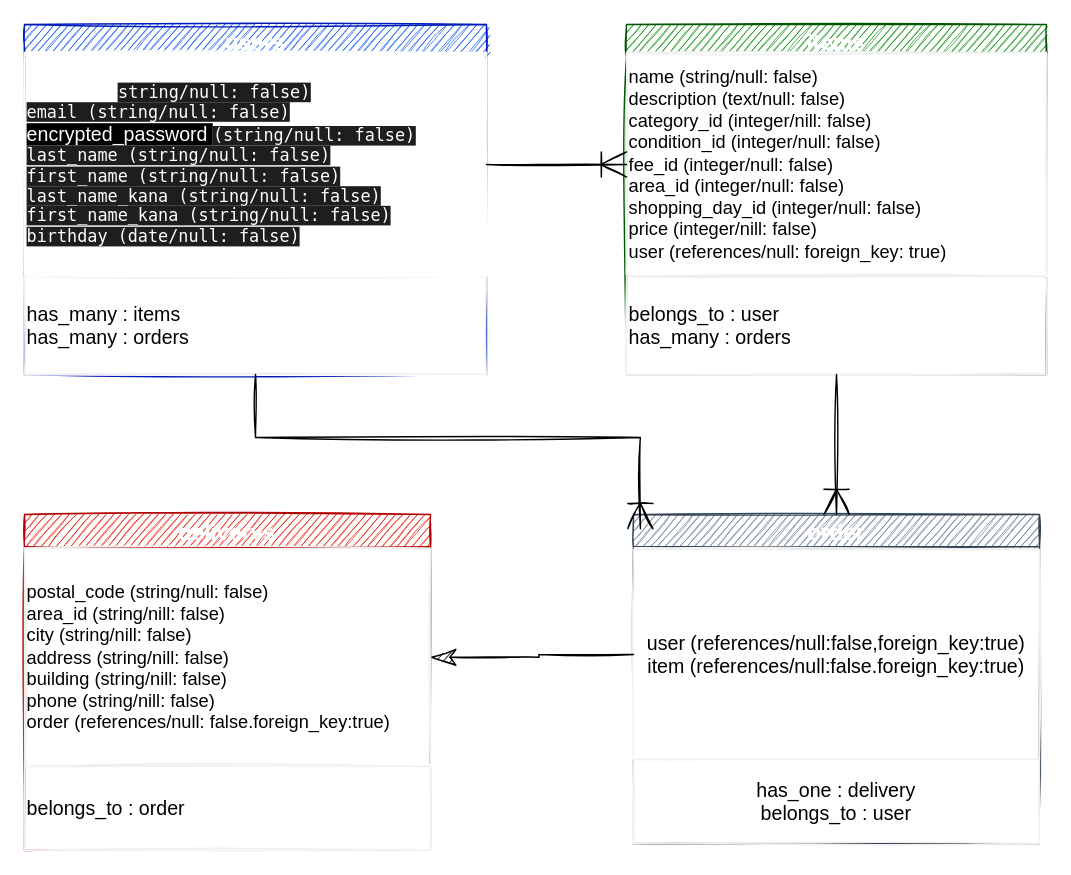
Above: furima.dio in hideaking2021/furima-36772 (draw.io), before the change. Source tidied: cells renumbered, new cells numbered last; positions are measured from the earlier drawing's top-left corner, leaving out a move shared by most shapes. Both pictures are drawn from the tidied source at 140%, with x=0, y=0 at pixel (24, 24).
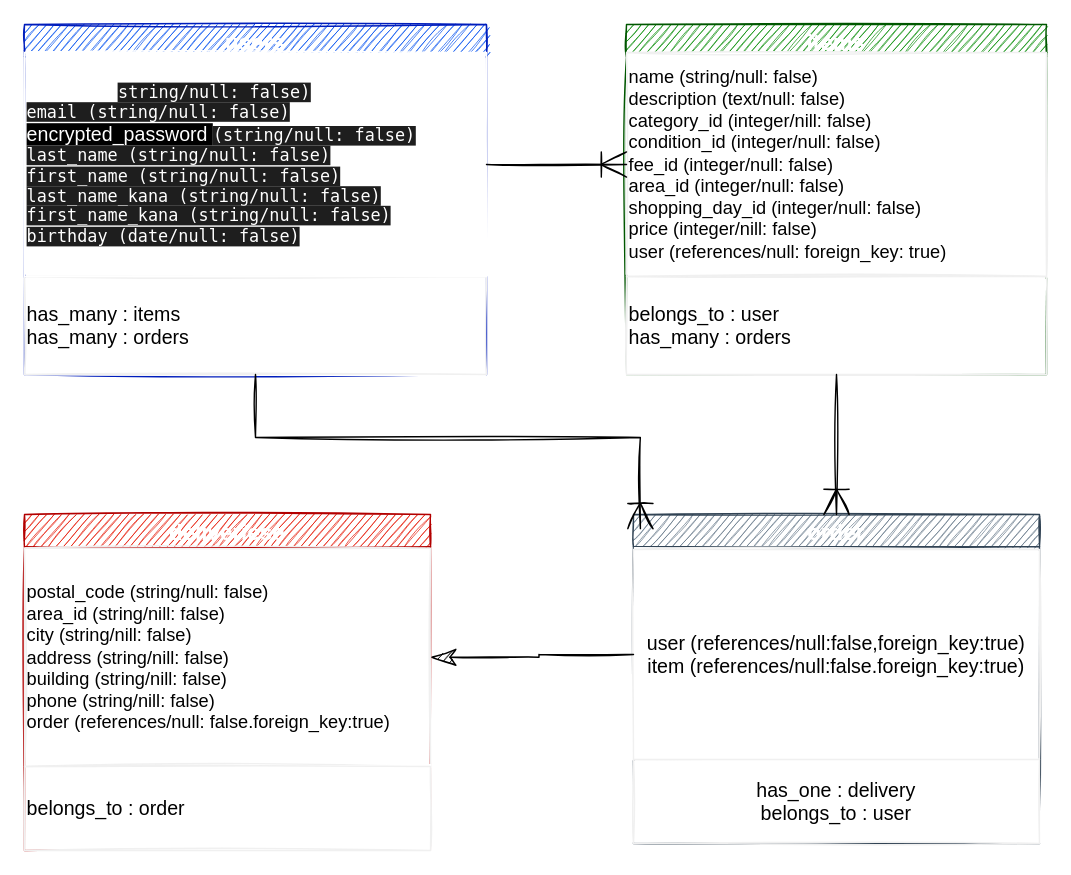
After the change.

Commit message (it also covers changes not shown here):
データベース設計作成

Diff of the diagram source:
```diff
@@
 <mxGraphModel>
   <root>
     <mxCell id="0" />
     <mxCell id="1" parent="0" />
     <mxCell id="2" value="users" style="swimlane;sketch=1;verticalAlign=middle;fontStyle=1;fontSize=16;fillColor=#0050ef;strokeColor=#001DBC;fontColor=#ffffff;" parent="1" vertex="1">
       <mxGeometry width="330" height="250" as="geometry" />
     </mxCell>
     <mxCell id="3" value="&lt;font style=&quot;font-size: 14px;&quot;&gt;has_many : items&lt;br style=&quot;font-size: 14px;&quot;&gt;has_many : orders&lt;br style=&quot;font-size: 14px;&quot;&gt;&lt;/font&gt;" style="rounded=0;whiteSpace=wrap;html=1;sketch=1;fontSize=14;strokeColor=#F0F0F0;align=left;verticalAlign=middle;" parent="2" vertex="1">
       <mxGeometry y="180" width="330" height="70" as="geometry" />
     </mxCell>
     <mxCell id="4" value="&lt;font style=&quot;font-size: 12px&quot; color=&quot;#ffffff&quot;&gt;&lt;span style=&quot;font-size: 12px&quot;&gt;nickname&amp;nbsp; &amp;nbsp;(&lt;/span&gt;&lt;span style=&quot;font-size: 12px ; background-color: rgb(30 , 30 , 30) ; font-family: &amp;#34;menlo&amp;#34; , &amp;#34;monaco&amp;#34; , &amp;#34;courier new&amp;#34; , monospace&quot;&gt;string/null: false)&lt;br style=&quot;font-size: 12px&quot;&gt;&lt;/span&gt;&lt;span style=&quot;font-size: 12px ; font-family: &amp;#34;menlo&amp;#34; , &amp;#34;monaco&amp;#34; , &amp;#34;courier new&amp;#34; , monospace ; background-color: rgb(30 , 30 , 30)&quot;&gt;email (string/null: false&lt;/span&gt;&lt;span style=&quot;font-size: 12px ; font-family: &amp;#34;menlo&amp;#34; , &amp;#34;monaco&amp;#34; , &amp;#34;courier new&amp;#34; , monospace ; background-color: rgb(30 , 30 , 30)&quot;&gt;)&lt;/span&gt;&lt;span style=&quot;font-size: 12px ; font-family: &amp;#34;menlo&amp;#34; , &amp;#34;monaco&amp;#34; , &amp;#34;courier new&amp;#34; , monospace ; background-color: rgb(30 , 30 , 30)&quot;&gt;&lt;br style=&quot;font-size: 12px&quot;&gt;&lt;/span&gt;&lt;span style=&quot;font-size: 14px ; background-color: rgb(0 , 0 , 0)&quot;&gt;encrypted_password&amp;nbsp;&lt;/span&gt;&lt;/font&gt;&lt;span style=&quot;background-color: rgb(30 , 30 , 30) ; font-family: &amp;#34;menlo&amp;#34; , &amp;#34;monaco&amp;#34; , &amp;#34;courier new&amp;#34; , monospace ; color: rgb(255 , 255 , 255)&quot;&gt;(string/null: false)&lt;/span&gt;&lt;font style=&quot;font-size: 12px&quot; color=&quot;#ffffff&quot;&gt;&lt;span style=&quot;font-size: 14px ; background-color: rgb(0 , 0 , 0)&quot;&gt;&lt;br&gt;&lt;/span&gt;&lt;div style=&quot;font-size: 12px&quot;&gt;&lt;span style=&quot;font-family: &amp;#34;menlo&amp;#34; , &amp;#34;monaco&amp;#34; , &amp;#34;courier new&amp;#34; , monospace ; font-size: 12px&quot;&gt;&lt;span style=&quot;background-color: rgb(30 , 30 , 30) ; font-size: 12px&quot;&gt;last_name (string/null: false)&lt;/span&gt;&lt;/span&gt;&lt;/div&gt;&lt;div style=&quot;font-size: 12px&quot;&gt;&lt;span style=&quot;font-family: &amp;#34;menlo&amp;#34; , &amp;#34;monaco&amp;#34; , &amp;#34;courier new&amp;#34; , monospace ; font-size: 12px&quot;&gt;&lt;span style=&quot;background-color: rgb(30 , 30 , 30) ; font-size: 12px&quot;&gt;first_name (string/null: false)&lt;/span&gt;&lt;/span&gt;&lt;/div&gt;&lt;div style=&quot;font-size: 12px&quot;&gt;&lt;span style=&quot;font-family: &amp;#34;menlo&amp;#34; , &amp;#34;monaco&amp;#34; , &amp;#34;courier new&amp;#34; , monospace ; font-size: 12px&quot;&gt;&lt;span style=&quot;background-color: rgb(30 , 30 , 30) ; font-size: 12px&quot;&gt;last_name_kana (string/null: false)&lt;/span&gt;&lt;/span&gt;&lt;/div&gt;&lt;/font&gt;&lt;div style=&quot;font-size: 12px&quot;&gt;&lt;font face=&quot;menlo, monaco, courier new, monospace&quot; style=&quot;font-size: 12px&quot; color=&quot;#ffffff&quot;&gt;&lt;span style=&quot;font-size: 12px ; background-color: rgb(30 , 30 , 30)&quot;&gt;first_name_kana (string/null: false)&lt;/span&gt;&lt;/font&gt;&lt;/div&gt;&lt;div style=&quot;font-size: 12px&quot;&gt;&lt;font face=&quot;menlo, monaco, courier new, monospace&quot; style=&quot;font-size: 12px&quot; color=&quot;#ffffff&quot;&gt;&lt;span style=&quot;font-size: 12px ; background-color: rgb(30 , 30 , 30)&quot;&gt;birthday (date/null: false)&lt;/span&gt;&lt;/font&gt;&lt;/div&gt;" style="rounded=0;whiteSpace=wrap;html=1;sketch=1;fontSize=12;verticalAlign=middle;align=left;fontStyle=0;strokeColor=#FFFFFF;" parent="2" vertex="1">
       <mxGeometry y="20" width="330" height="160" as="geometry" />
     </mxCell>
     <mxCell id="5" value="items" style="swimlane;sketch=1;fontSize=16;strokeColor=#005700;align=center;verticalAlign=middle;fillColor=#008a00;fontColor=#ffffff;" parent="1" vertex="1">
       <mxGeometry x="430" width="300" height="250" as="geometry" />
     </mxCell>
     <mxCell id="6" value="name (string/null: false)&lt;br style=&quot;font-size: 13px&quot;&gt;description (text/null: false)&lt;br style=&quot;font-size: 13px&quot;&gt;category_id (integer/nill: false)&lt;br style=&quot;font-size: 13px&quot;&gt;condition_id (integer/null: false)&lt;br style=&quot;font-size: 13px&quot;&gt;fee_id (integer/null: false)&lt;br style=&quot;font-size: 13px&quot;&gt;area_id (integer/null: false)&lt;br style=&quot;font-size: 13px&quot;&gt;shopping_day_id (integer/null: false)&lt;br style=&quot;font-size: 13px&quot;&gt;price (integer/nill: false)&lt;br&gt;user (references/null: foreign_key: true)" style="rounded=0;whiteSpace=wrap;html=1;sketch=1;fontSize=13;strokeColor=#F0F0F0;align=left;verticalAlign=middle;" parent="5" vertex="1">
       <mxGeometry y="20" width="300" height="160" as="geometry" />
     </mxCell>
     <mxCell id="7" value="belongs_to : user&lt;br style=&quot;font-size: 14px;&quot;&gt;has_many : orders" style="rounded=0;whiteSpace=wrap;html=1;sketch=1;fontSize=14;strokeColor=#F0F0F0;align=left;verticalAlign=middle;" parent="5" vertex="1">
       <mxGeometry y="180" width="300" height="70" as="geometry" />
     </mxCell>
     <mxCell id="8" value="order" style="swimlane;sketch=1;fontSize=16;strokeColor=#314354;align=center;verticalAlign=middle;fillColor=#647687;fontColor=#ffffff;" parent="1" vertex="1">
       <mxGeometry x="435" y="350" width="290" height="235" as="geometry" />
     </mxCell>
     <mxCell id="9" value="user (references/null:false,foreign_key:true)&lt;br style=&quot;font-size: 14px;&quot;&gt;item (references/null:false.foreign_key:true)" style="whiteSpace=wrap;html=1;sketch=1;fontSize=14;strokeColor=#F0F0F0;align=center;verticalAlign=middle;" parent="8" vertex="1">
       <mxGeometry y="25" width="290" height="150" as="geometry" />
     </mxCell>
     <mxCell id="10" value="has_one : delivery&lt;br&gt;belongs_to : user" style="rounded=0;whiteSpace=wrap;html=1;sketch=1;fontSize=14;strokeColor=#F0F0F0;align=center;verticalAlign=middle;" parent="8" vertex="1">
       <mxGeometry y="175" width="290" height="60" as="geometry" />
     </mxCell>
     <mxCell id="11" style="edgeStyle=orthogonalEdgeStyle;rounded=0;sketch=1;jettySize=auto;html=1;fontSize=12;endArrow=ERoneToMany;endFill=0;endSize=16;" parent="1" edge="1" source="4" target="6">
       <mxGeometry relative="1" as="geometry" />
     </mxCell>
-    <mxCell id="12" value="deliverys" style="swimlane;sketch=1;fontSize=16;strokeColor=#B20000;align=center;verticalAlign=middle;fillColor=#e51400;fontColor=#ffffff;" parent="1" vertex="1">
+    <mxCell id="12" value="deliveriese" style="swimlane;sketch=1;fontSize=16;strokeColor=#B20000;align=center;verticalAlign=middle;fillColor=#e51400;fontColor=#ffffff;" parent="1" vertex="1">
       <mxGeometry y="350" width="290" height="240" as="geometry" />
     </mxCell>
     <mxCell id="13" value="postal_code (string/null: false)&lt;br style=&quot;font-size: 13px&quot;&gt;area_id (string/nill: false)&lt;br style=&quot;font-size: 13px&quot;&gt;city (string/nill: false)&lt;br style=&quot;font-size: 13px&quot;&gt;address (string/nill: false)&lt;br style=&quot;font-size: 13px&quot;&gt;building (string/nill: false)&lt;br style=&quot;font-size: 13px&quot;&gt;phone (string/nill: false)&lt;br&gt;order (references/null: false.foreign_key:true)" style="rounded=0;whiteSpace=wrap;html=1;sketch=1;fontSize=13;strokeColor=#F0F0F0;align=left;verticalAlign=middle;" parent="12" vertex="1">
       <mxGeometry y="24" width="290" height="156" as="geometry" />
     </mxCell>
     <mxCell id="14" value="belongs_to : order" style="rounded=0;whiteSpace=wrap;html=1;sketch=1;fontSize=14;strokeColor=#F0F0F0;align=left;verticalAlign=middle;" parent="12" vertex="1">
       <mxGeometry y="180" width="290" height="60" as="geometry" />
     </mxCell>
     <mxCell id="15" style="edgeStyle=orthogonalEdgeStyle;rounded=0;sketch=1;jettySize=auto;html=1;exitX=0.5;exitY=1;exitDx=0;exitDy=0;entryX=0.017;entryY=0.043;entryDx=0;entryDy=0;entryPerimeter=0;fontSize=12;endArrow=ERoneToMany;endFill=0;endSize=16;" parent="1" edge="1" source="3" target="8">
       <mxGeometry relative="1" as="geometry" />
     </mxCell>
     <mxCell id="16" style="edgeStyle=orthogonalEdgeStyle;rounded=0;sketch=1;jettySize=auto;html=1;exitX=0;exitY=0.5;exitDx=0;exitDy=0;entryX=1;entryY=0.5;entryDx=0;entryDy=0;fontSize=14;endArrow=classicThin;endFill=1;endSize=16;" parent="1" edge="1" source="9" target="13">
       <mxGeometry relative="1" as="geometry" />
     </mxCell>
     <mxCell id="17" style="edgeStyle=orthogonalEdgeStyle;rounded=0;sketch=1;jettySize=auto;html=1;fontSize=14;endArrow=ERoneToMany;endFill=0;endSize=16;" parent="1" edge="1" source="7" target="8">
       <mxGeometry relative="1" as="geometry" />
     </mxCell>
   </root>
 </mxGraphModel>
```
